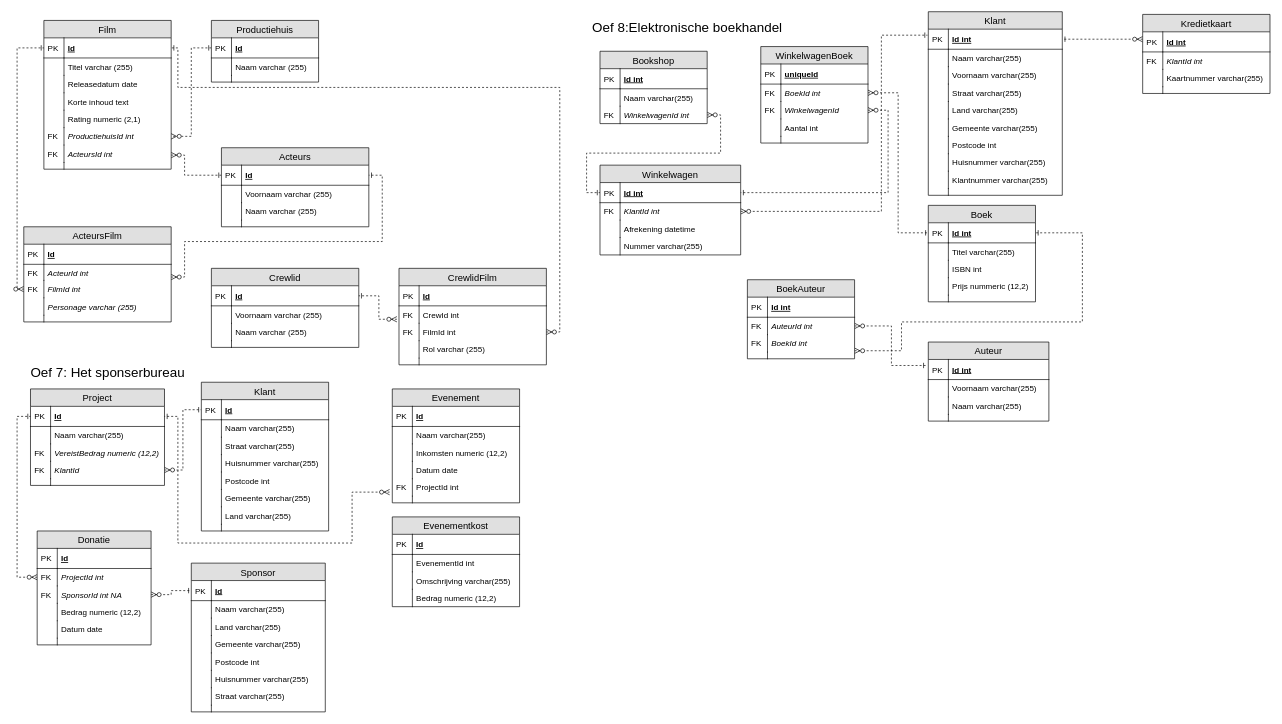
This is page "Oef 6 tot" (2 of 2) of Datamodellering_Oefeningen.drawio from donnie1998/thomasmore2019-2020, a draw.io file, before an edit. Source tidied: cells renumbered, new cells numbered last; positions are measured from the earlier drawing's top-left corner, leaving out a move shared by most shapes. Both pictures are drawn from the tidied source at 67%, with x=0, y=0 at pixel (17, 11).
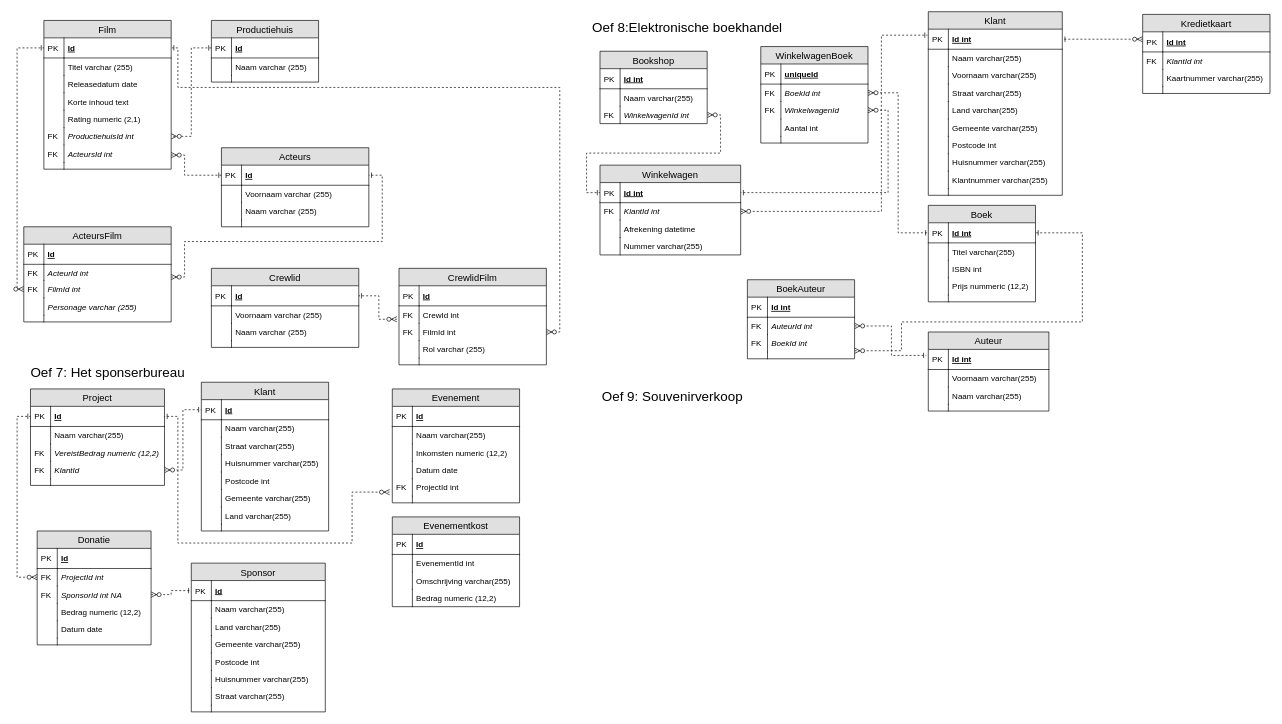
The same diagram, later.

Change to the diagram source:
```diff
@@
     <mxCell id="209" value="Auteur" style="swimlane;fontStyle=0;horizontal=1;startSize=26;fillColor=#e0e0e0;swimlaneFillColor=#ffffff;align=center;fontSize=14;" parent="1" vertex="1">
-      <mxGeometry x="1360" y="493" width="180" height="118" as="geometry" />
+      <mxGeometry x="1360" y="478" width="180" height="118" as="geometry" />
     </mxCell>
@@
+    <mxCell id="251" value="&lt;font style=&quot;font-size: 20px&quot;&gt;&amp;nbsp;Oef 9: Souvenirverkoop&lt;/font&gt;" style="text;html=1;align=center;verticalAlign=middle;" parent="1" vertex="1">
+      <mxGeometry x="860" y="563" width="230" height="20" as="geometry" />
+    </mxCell>
```
